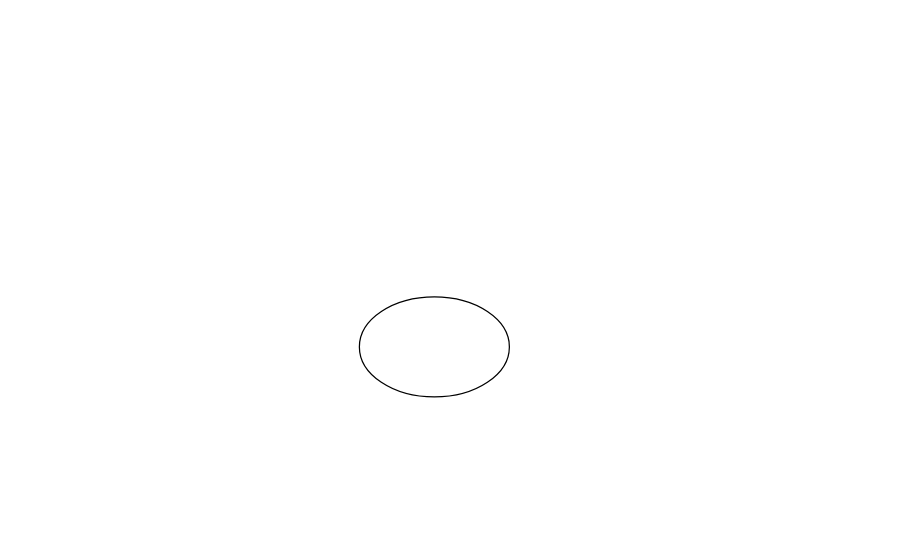
ilwzmf/test keeps this draw.io diagram as page "Level-2" (3 of 4) of Aden Software Architecture.drawio. Above is the earlier version. Source tidied: cells renumbered, new cells numbered last; positions are measured from the earlier drawing's top-left corner, leaving out a move shared by most shapes. Both pictures are drawn from the tidied source at 125%, with x=0, y=0 at pixel (359, 296).
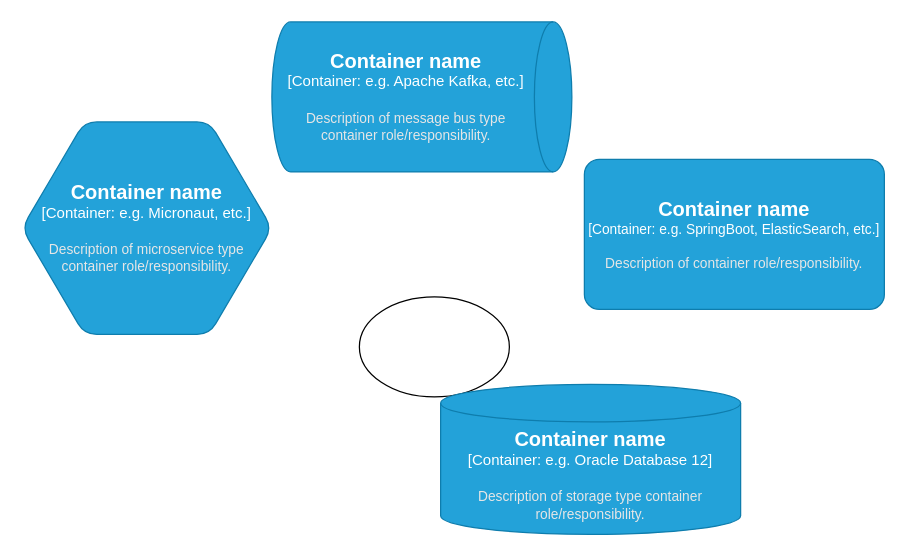
The same diagram, later.

The edit, as a diff of the source:
```diff
@@
 <mxGraphModel>
   <root>
     <mxCell id="0" />
     <mxCell id="1" parent="0" />
     <mxCell id="2" style="ellipse;whiteSpace=wrap;html=1;" parent="1" vertex="1">
       <mxGeometry width="120" height="80" as="geometry" />
     </mxCell>
+    <object id="3" label="&lt;font style=&quot;font-size: 16px&quot;&gt;&lt;b&gt;%c4Name%&lt;/b&gt;&lt;/font&gt;&lt;div&gt;[%c4Type%: %c4Technology%]&lt;/div&gt;&lt;br&gt;&lt;div&gt;&lt;font style=&quot;font-size: 11px&quot;&gt;&lt;font color=&quot;#E6E6E6&quot;&gt;%c4Description%&lt;/font&gt;&lt;/div&gt;" c4Description="Description of container role/responsibility." c4Name="Container name" c4Technology="e.g. SpringBoot, ElasticSearch, etc." c4Type="Container" placeholders="1">
+      <mxCell style="rounded=1;whiteSpace=wrap;html=1;fontSize=11;labelBackgroundColor=none;fillColor=#23A2D9;fontColor=#ffffff;align=center;arcSize=10;strokeColor=#0E7DAD;" parent="1" vertex="1">
+        <mxGeometry x="180" y="-110" width="240" height="120" as="geometry" />
+      </mxCell>
+    </object>
+    <object id="4" label="&lt;font style=&quot;font-size: 16px&quot;&gt;&lt;b&gt;%c4Type%&lt;/b&gt;&lt;/font&gt;&lt;div&gt;[%c4Container%:&amp;nbsp;%c4Technology%]&lt;/div&gt;&lt;br&gt;&lt;div&gt;&lt;font style=&quot;font-size: 11px&quot;&gt;&lt;font color=&quot;#E6E6E6&quot;&gt;%c4Description%&lt;/font&gt;&lt;/div&gt;" c4Container="Container" c4Description="Description of storage type container role/responsibility." c4Technology="e.g. Oracle Database 12" c4Type="Container name" placeholders="1">
+      <mxCell style="shape=cylinder3;size=15;whiteSpace=wrap;html=1;boundedLbl=1;rounded=0;labelBackgroundColor=none;fillColor=#23A2D9;fontSize=12;fontColor=#ffffff;align=center;strokeColor=#0E7DAD;" parent="1" vertex="1">
+        <mxGeometry x="65" y="70" width="240" height="120" as="geometry" />
+      </mxCell>
+    </object>
+    <object id="5" label="&lt;font style=&quot;font-size: 16px&quot;&gt;&lt;b&gt;%c4Type%&lt;/b&gt;&lt;/font&gt;&lt;div&gt;[%c4Container%:&amp;nbsp;%c4Technology%]&lt;/div&gt;&lt;br&gt;&lt;div&gt;&lt;font style=&quot;font-size: 11px&quot;&gt;&lt;font color=&quot;#E6E6E6&quot;&gt;%c4Description%&lt;/font&gt;&lt;/div&gt;" c4Container="Container" c4Description="Description of microservice type container role/responsibility." c4Technology="e.g. Micronaut, etc." c4Type="Container name" placeholders="1">
+      <mxCell style="shape=hexagon;size=50;perimeter=hexagonPerimeter2;whiteSpace=wrap;html=1;fixedSize=1;rounded=1;labelBackgroundColor=none;fillColor=#23A2D9;fontSize=12;fontColor=#ffffff;align=center;strokeColor=#0E7DAD;" parent="1" vertex="1">
+        <mxGeometry x="-270" y="-140" width="200" height="170" as="geometry" />
+      </mxCell>
+    </object>
+    <object id="6" label="&lt;font style=&quot;font-size: 16px&quot;&gt;&lt;b&gt;%c4Type%&lt;/b&gt;&lt;/font&gt;&lt;div&gt;[%c4Container%:&amp;nbsp;%c4Technology%]&lt;/div&gt;&lt;br&gt;&lt;div&gt;&lt;font style=&quot;font-size: 11px&quot;&gt;&lt;font color=&quot;#E6E6E6&quot;&gt;%c4Description%&lt;/font&gt;&lt;/div&gt;" c4Container="Container" c4Description="Description of message bus type container role/responsibility." c4Technology="e.g. Apache Kafka, etc." c4Type="Container name" placeholders="1">
+      <mxCell style="shape=cylinder3;size=15;direction=south;whiteSpace=wrap;html=1;boundedLbl=1;rounded=0;labelBackgroundColor=none;fillColor=#23A2D9;fontSize=12;fontColor=#ffffff;align=center;strokeColor=#0E7DAD;" parent="1" vertex="1">
+        <mxGeometry x="-70" y="-220" width="240" height="120" as="geometry" />
+      </mxCell>
+    </object>
   </root>
 </mxGraphModel>
```
